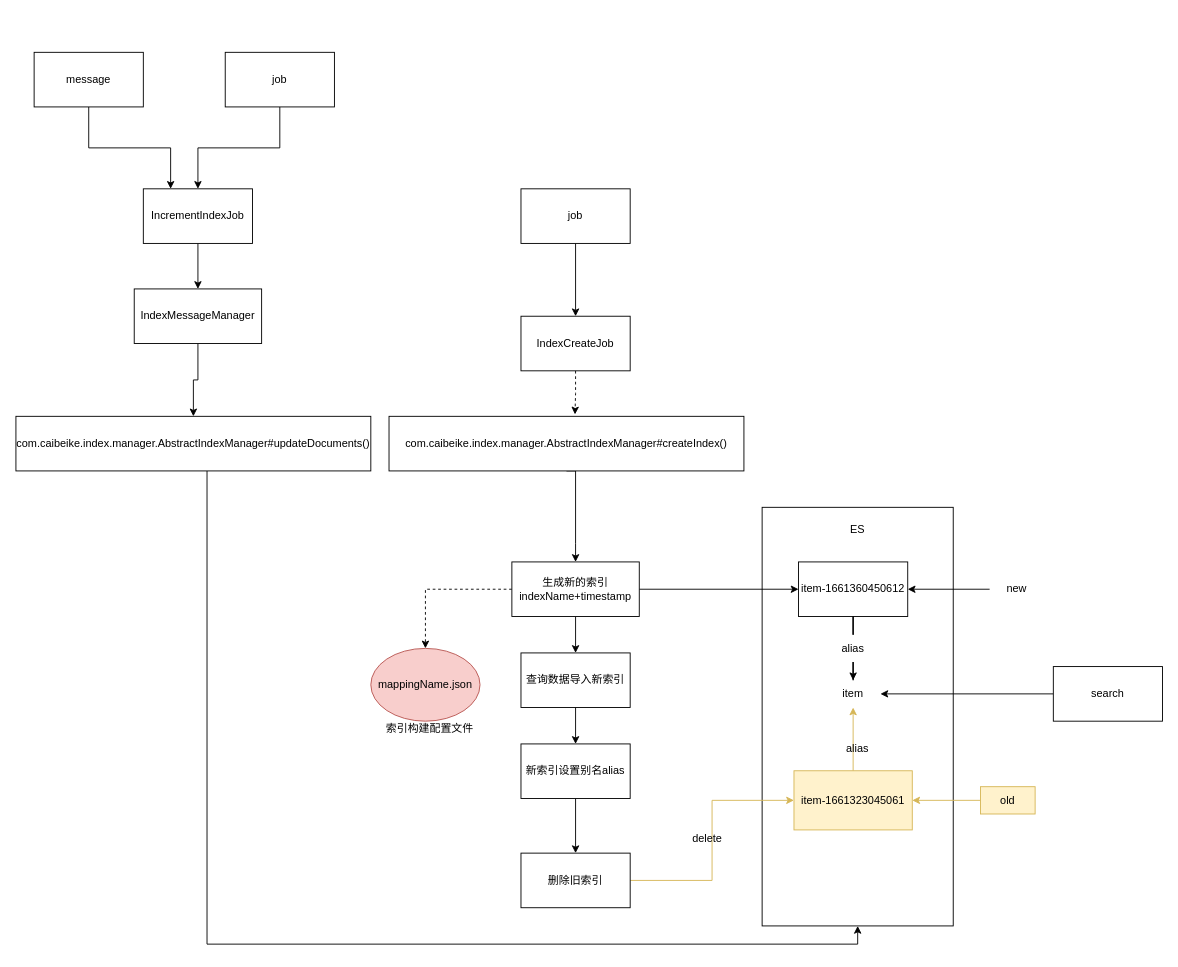
JAi-Li/document keeps this draw.io diagram as drawio/caibeike/彩贝壳ES索引定时全量更新流程.drawio. Above is the earlier version. Source tidied: cells renumbered, new cells numbered last; positions are measured from the earlier drawing's top-left corner, leaving out a move shared by most shapes. Both pictures are drawn from the tidied source at 91%, with x=0, y=0 at pixel (15, 52).
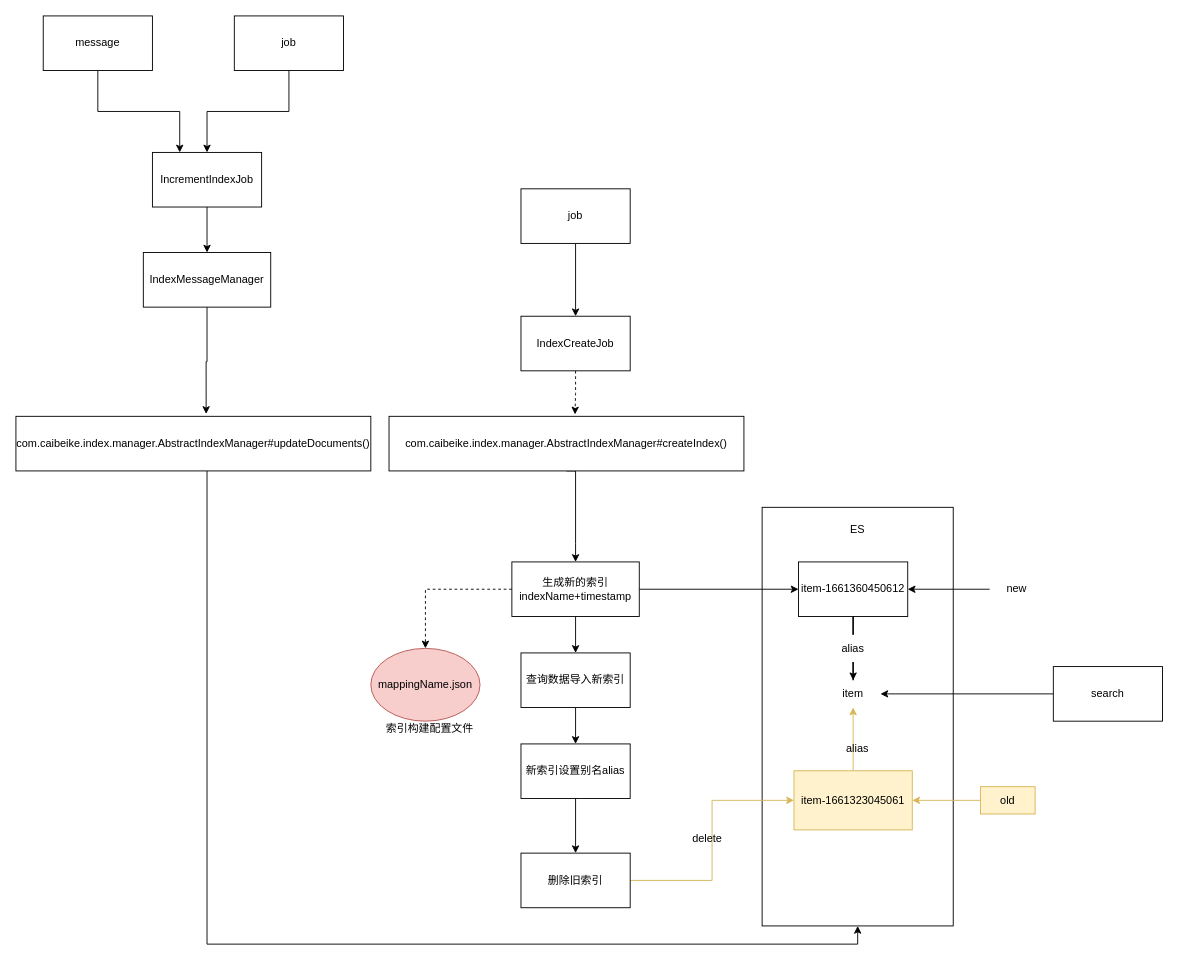
The same page after the edit.

Commit message:
更新彩贝壳ES索引定时全量更新流程.drawio

The change refers to these unchanged cells:
```xml
<mxCell id="46" value="com.caibeike.index.manager.AbstractIndexManager#updateDocuments()" style="whiteSpace=wrap;html=1;rounded=0;" parent="1" vertex="1">
  <mxGeometry y="400" width="390" height="60" as="geometry" />
</mxCell>
```

What changed in the source:
```diff
@@
     <mxCell id="38" value="IncrementIndexJob" style="rounded=0;whiteSpace=wrap;html=1;" parent="1" vertex="1">
-      <mxGeometry x="140" y="150" width="120" height="60" as="geometry" />
+      <mxGeometry x="150" y="110" width="120" height="60" as="geometry" />
     </mxCell>
@@
     <mxCell id="40" value="job" style="rounded=0;whiteSpace=wrap;html=1;" parent="1" vertex="1">
-      <mxGeometry x="230" width="120" height="60" as="geometry" />
+      <mxGeometry x="240" y="-40" width="120" height="60" as="geometry" />
     </mxCell>
@@
     <mxCell id="42" value="message" style="rounded=0;whiteSpace=wrap;html=1;" parent="1" vertex="1">
-      <mxGeometry x="20" width="120" height="60" as="geometry" />
+      <mxGeometry x="30" y="-40" width="120" height="60" as="geometry" />
     </mxCell>
-    <mxCell id="43" style="edgeStyle=orthogonalEdgeStyle;rounded=0;jettySize=auto;html=1;" parent="1" edge="1" source="44" target="46">
+    <mxCell id="43" style="edgeStyle=orthogonalEdgeStyle;rounded=0;jettySize=auto;html=1;entryX=0.536;entryY=-0.044;entryDx=0;entryDy=0;entryPerimeter=0;" parent="1" edge="1" source="44" target="46">
       <mxGeometry relative="1" as="geometry" />
     </mxCell>
     <mxCell id="44" value="IndexMessageManager" style="rounded=0;whiteSpace=wrap;html=1;" parent="1" vertex="1">
-      <mxGeometry x="130" y="260" width="140" height="60" as="geometry" />
+      <mxGeometry x="140" y="220" width="140" height="60" as="geometry" />
     </mxCell>
```
